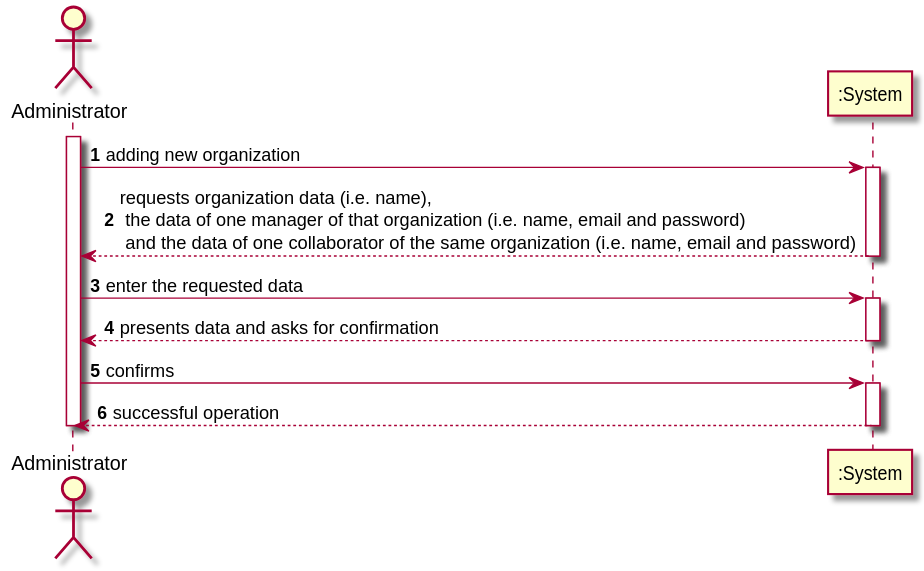
This is docs/UC_08/UC08_SSD.svg from botelho-io/lapr2-2020-g029, a PlantUML export, as it was before one commit.
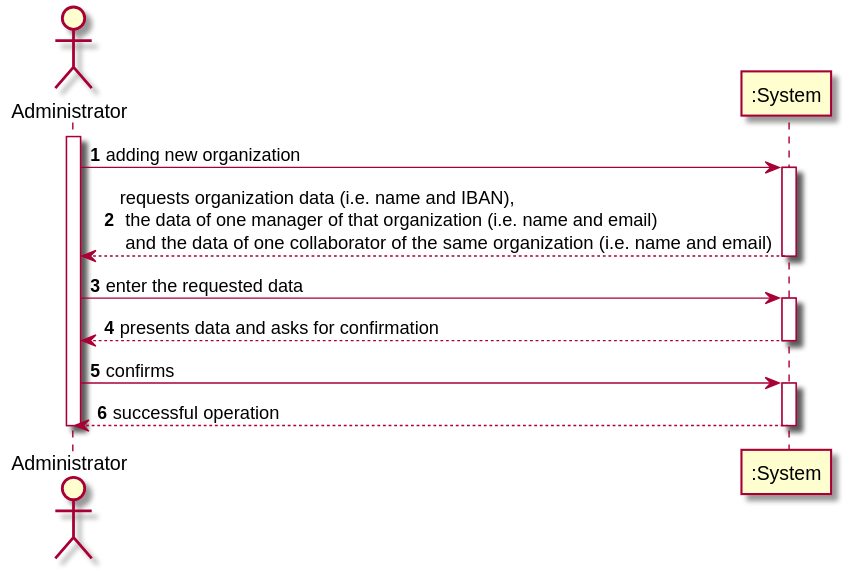
The same diagram one commit later.

The edit, as a diff of the source:
```diff
@@ -5,7 +5,7 @@
 activate A
 A -> ":System" : adding new organization
 activate ":System"
-":System" --> A : requests organization data (i.e. name),\n the data of one manager of that organization (i.e. name, email and password)\n and  the data of one collaborator of the same organization  (i.e. name, email and password)
+":System" --> A : requests organization data (i.e. name and IBAN),\n the data of one manager of that organization (i.e. name and email)\n and  the data of one collaborator of the same organization  (i.e. name and email)
 deactivate ":System"
 
 A -> ":System" : enter the requested data
```
